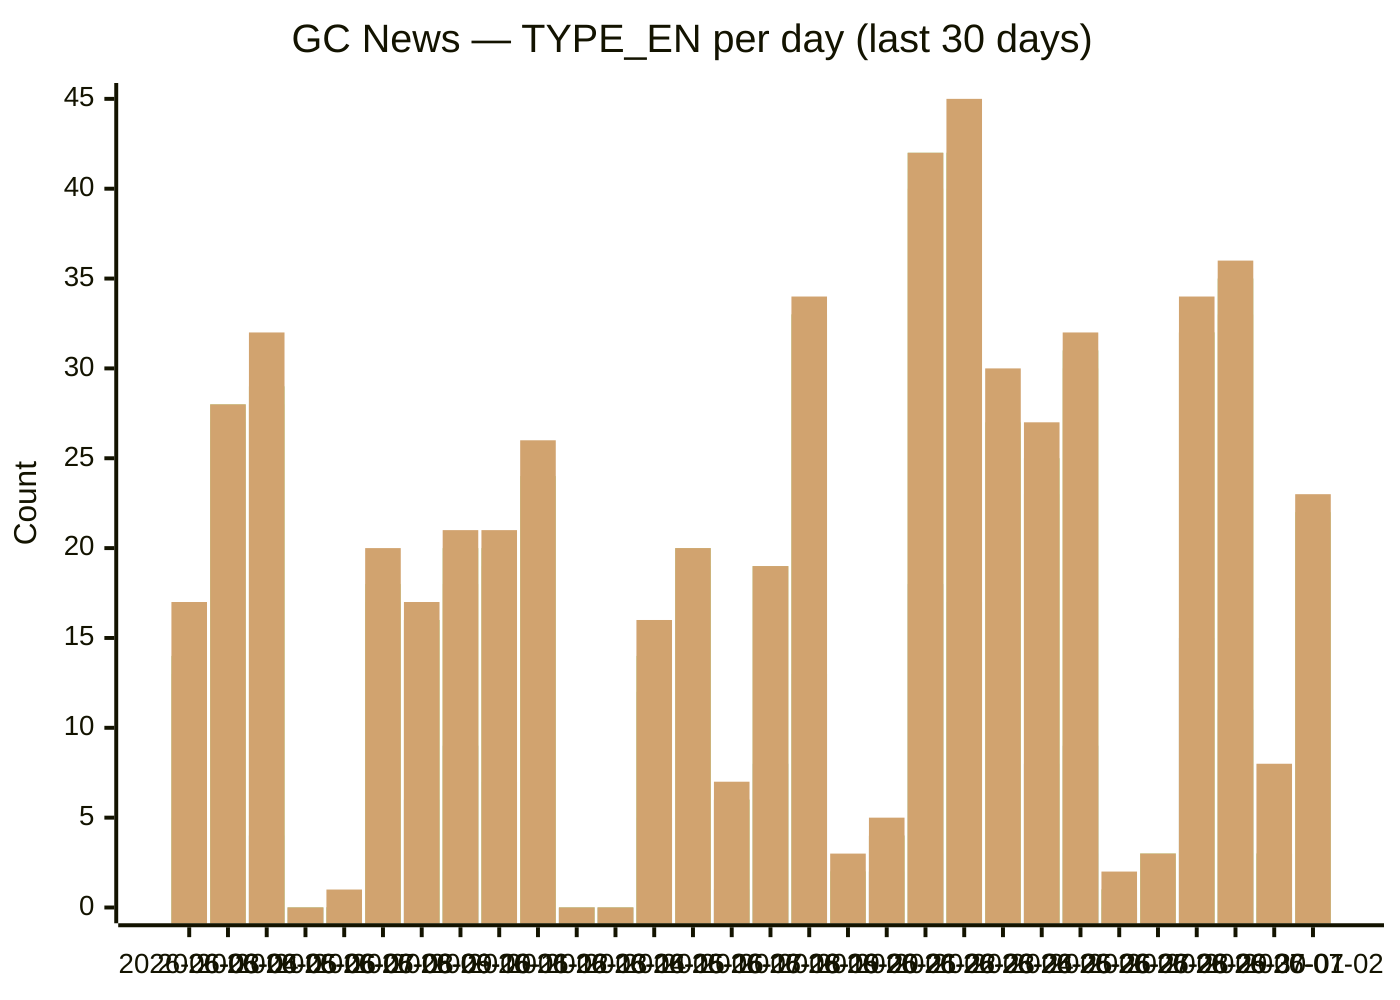
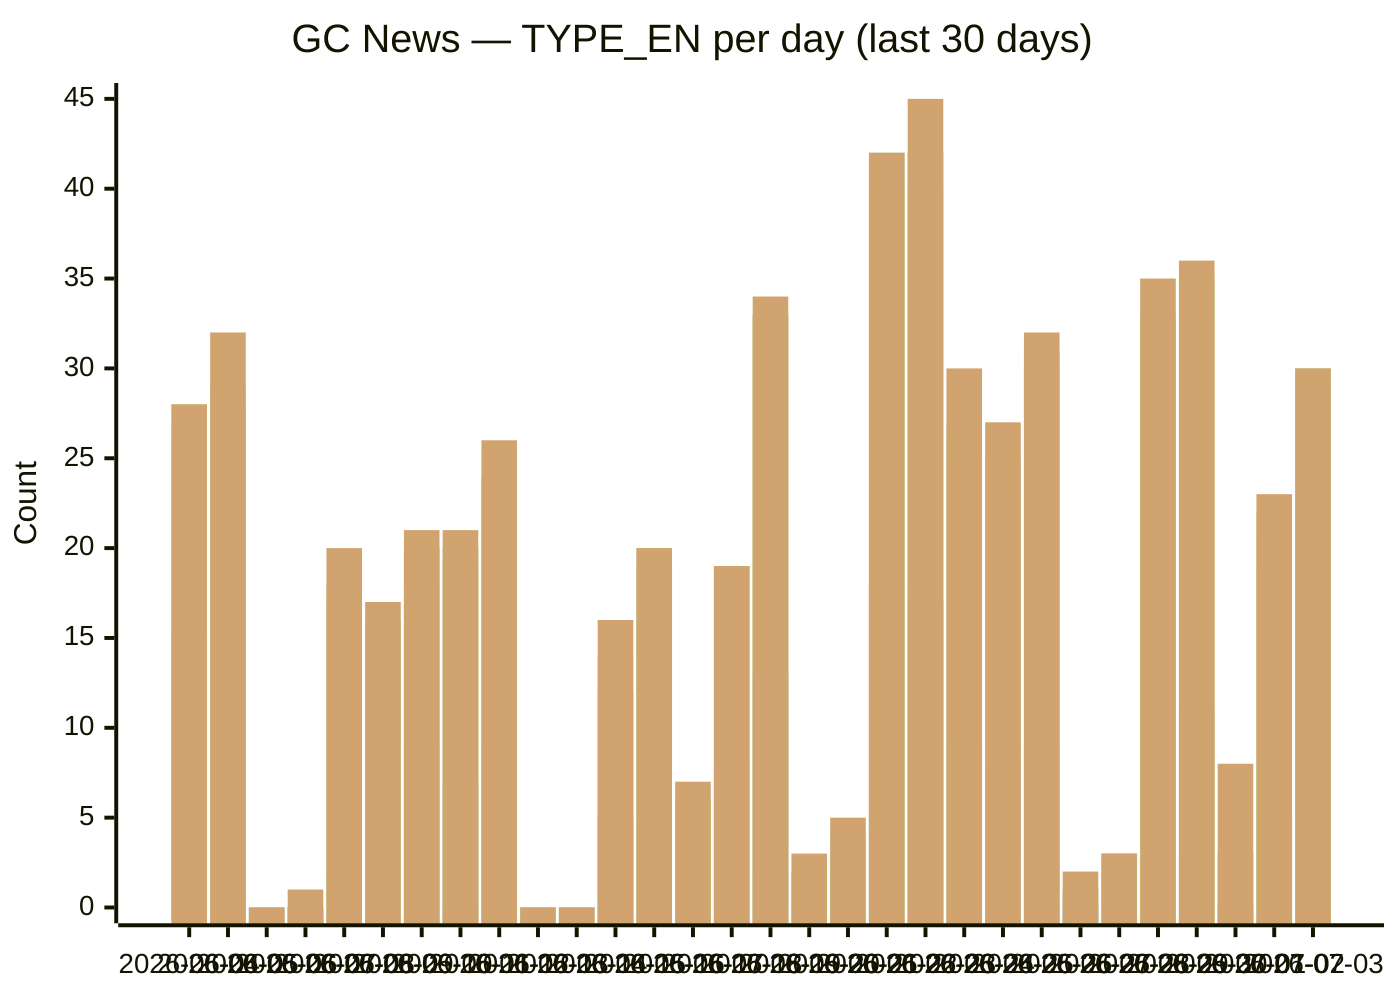
xychart-beta
  title "GC News — TYPE_EN per day (last 30 days)"
-   x-axis [2026-06-03, 2026-06-04, 2026-06-05, 2026-06-06, 2026-06-07, 2026-06-08, 2026-06-09, 2026-06-10, 2026-06-11, 2026-06-12, 2026-06-13, 2026-06-14, 2026-06-15, 2026-06-16, 2026-06-17, 2026-06-18, 2026-06-19, 2026-06-20, 2026-06-21, 2026-06-22, 2026-06-23, 2026-06-24, 2026-06-25, 2026-06-26, 2026-06-27, 2026-06-28, 2026-06-29, 2026-06-30, 2026-07-01, 2026-07-02]
+   x-axis [2026-06-04, 2026-06-05, 2026-06-06, 2026-06-07, 2026-06-08, 2026-06-09, 2026-06-10, 2026-06-11, 2026-06-12, 2026-06-13, 2026-06-14, 2026-06-15, 2026-06-16, 2026-06-17, 2026-06-18, 2026-06-19, 2026-06-20, 2026-06-21, 2026-06-22, 2026-06-23, 2026-06-24, 2026-06-25, 2026-06-26, 2026-06-27, 2026-06-28, 2026-06-29, 2026-06-30, 2026-07-01, 2026-07-02, 2026-07-03]
  y-axis "Count" 0 --> 45
-   bar backgrounders [2, 2, 0, 0, 0, 0, 3, 2, 0, 3, 0, 0, 2, 3, 1, 2, 2, 0, 0, 3, 6, 2, 2, 3, 0, 0, 3, 3, 0, 1]
-   bar "media advisories" [5, 15, 4, 0, 0, 2, 6, 9, 7, 9, 0, 0, 5, 4, 1, 8, 13, 0, 2, 18, 17, 9, 8, 9, 0, 2, 15, 11, 0, 5]
-   bar "news releases" [13, 26, 28, 0, 0, 17, 16, 18, 19, 24, 0, 0, 12, 19, 6, 19, 33, 2, 4, 40, 40, 25, 23, 30, 1, 3, 32, 33, 3, 19]
-   bar readouts [14, 27, 29, 0, 0, 17, 16, 20, 20, 24, 0, 0, 12, 19, 6, 19, 33, 2, 4, 42, 42, 26, 25, 31, 1, 3, 32, 35, 3, 21]
-   bar speeches [14, 28, 29, 0, 0, 18, 16, 20, 20, 24, 0, 0, 14, 20, 6, 19, 33, 2, 4, 42, 42, 27, 25, 31, 1, 3, 32, 35, 3, 22]
-   bar statements [17, 28, 32, 0, 1, 20, 17, 21, 21, 26, 0, 0, 16, 20, 7, 19, 34, 3, 5, 42, 45, 30, 27, 32, 2, 3, 34, 36, 8, 23]
+   bar backgrounders [2, 0, 0, 0, 0, 3, 2, 0, 3, 0, 0, 2, 3, 1, 2, 2, 0, 0, 3, 6, 2, 2, 3, 0, 0, 4, 3, 0, 1, 3]
+   bar "media advisories" [15, 4, 0, 0, 2, 6, 9, 7, 9, 0, 0, 5, 4, 1, 8, 13, 0, 2, 18, 17, 9, 8, 9, 0, 2, 16, 11, 0, 5, 14]
+   bar "news releases" [26, 28, 0, 0, 17, 16, 18, 19, 24, 0, 0, 12, 19, 6, 19, 33, 2, 4, 40, 40, 25, 23, 30, 1, 3, 33, 33, 3, 19, 29]
+   bar readouts [27, 29, 0, 0, 17, 16, 20, 20, 24, 0, 0, 12, 19, 6, 19, 33, 2, 4, 42, 42, 26, 25, 31, 1, 3, 33, 35, 3, 21, 30]
+   bar speeches [28, 29, 0, 0, 18, 16, 20, 20, 24, 0, 0, 14, 20, 6, 19, 33, 2, 4, 42, 42, 27, 25, 31, 1, 3, 33, 35, 3, 22, 30]
+   bar statements [28, 32, 0, 1, 20, 17, 21, 21, 26, 0, 0, 16, 20, 7, 19, 34, 3, 5, 42, 45, 30, 27, 32, 2, 3, 35, 36, 8, 23, 30]
